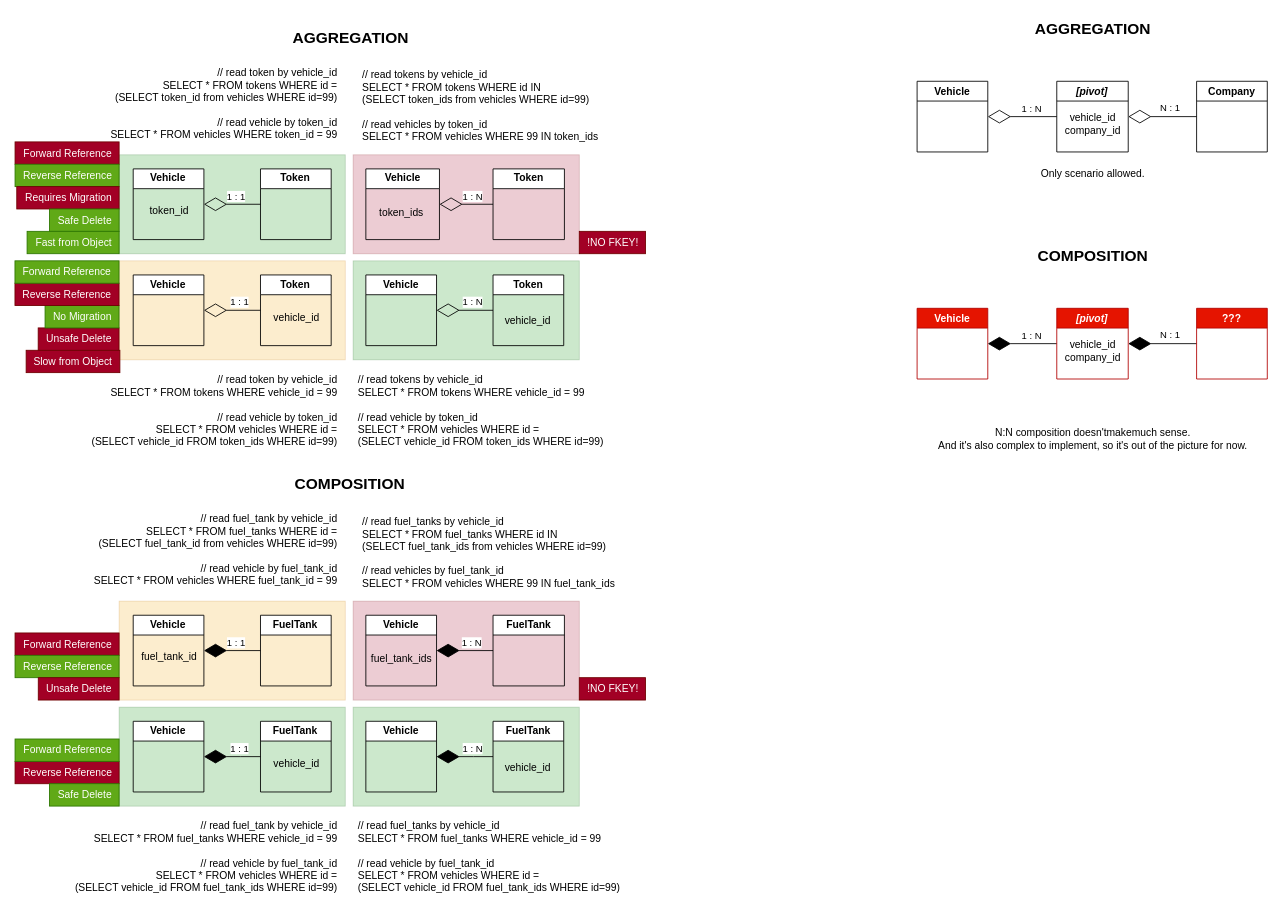
This is page "Page-1" (1 of 4) of docs/aggregation_composition.drawio from hugoaboud/nesoi2, a draw.io file, before an edit. Source tidied: cells renumbered, new cells numbered last; positions are measured from the earlier drawing's top-left corner, leaving out a move shared by most shapes. Both pictures are drawn from the tidied source at 86%, with x=0, y=0 at pixel (15, 15).
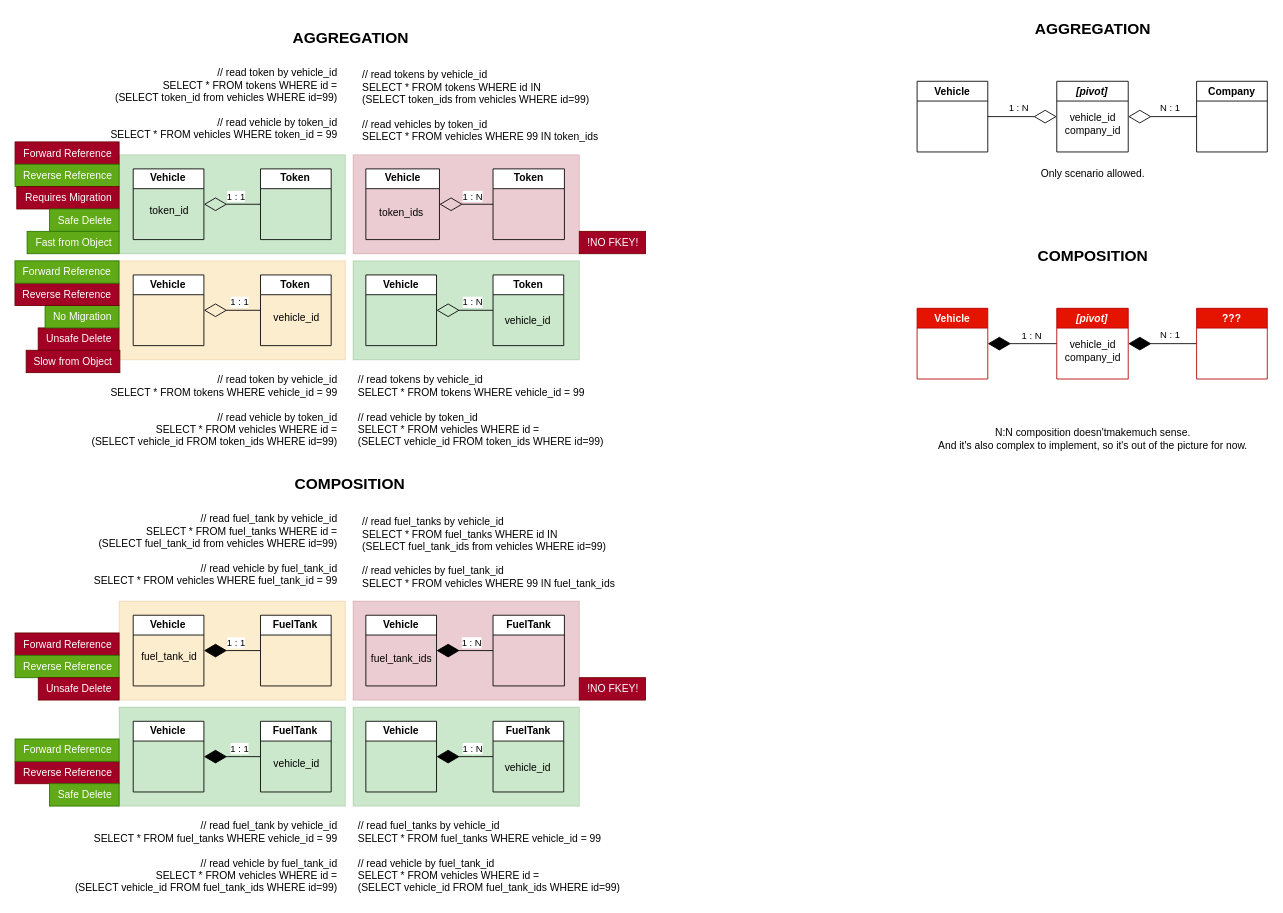
After the change.

The change refers to these unchanged cells:
```xml
<mxCell id="81" value="Vehicle" style="swimlane;whiteSpace=wrap;html=1;startSize=23;" parent="1" vertex="1">
  <mxGeometry x="1048.9" y="77" width="82.2" height="82.2" as="geometry" />
</mxCell>
<mxCell id="84" value="&lt;i&gt;[pivot]&lt;/i&gt;" style="swimlane;whiteSpace=wrap;html=1;startSize=23;" parent="1" vertex="1">
  <mxGeometry x="1211.3" y="77" width="83.1" height="82.2" as="geometry" />
</mxCell>
```

The edit, as a diff of the source:
```diff
@@
-    <mxCell id="82" style="edgeStyle=orthogonalEdgeStyle;rounded=0;jettySize=auto;html=1;entryX=1;entryY=0.5;entryDx=0;entryDy=0;endArrow=diamondThin;endFill=0;strokeWidth=1;endSize=24;" parent="1" edge="1" source="84" target="81">
+    <mxCell id="82" style="edgeStyle=orthogonalEdgeStyle;rounded=0;jettySize=auto;html=1;entryX=1;entryY=0.5;entryDx=0;entryDy=0;endArrow=none;endFill=0;strokeWidth=1;endSize=24;startArrow=diamondThin;startFill=0;startSize=24;" parent="1" edge="1" source="84" target="81">
       <mxGeometry relative="1" as="geometry" />
     </mxCell>
     <mxCell id="83" value="1 : N" style="edgeLabel;html=1;align=center;verticalAlign=middle;" parent="82" vertex="1">
       <mxGeometry x="-0.24" relative="1" as="geometry">
-        <mxPoint y="-10" as="offset" />
+        <mxPoint x="-15" y="-11" as="offset" />
       </mxGeometry>
     </mxCell>
```
